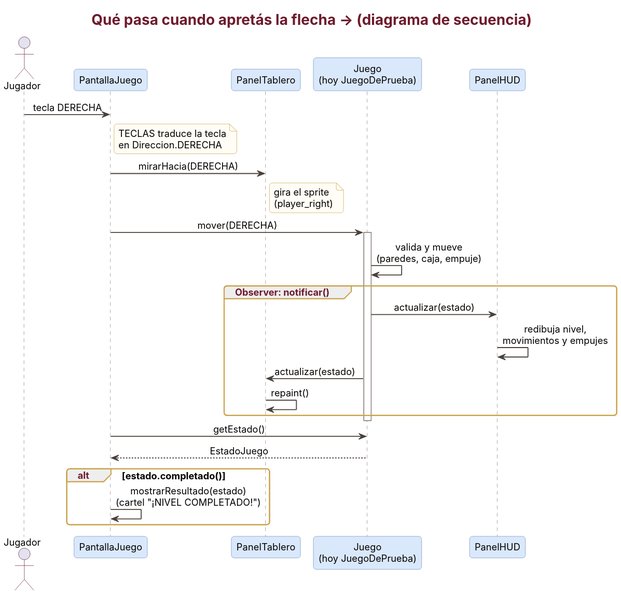
martincabrera8/sokoban keeps this PlantUML diagram as carpeta-temporal/docs/uml/7-secuencia-mover.svg. Above is the earlier version. Its diagram source:
```plantuml
@startuml
skinparam shadowing false
skinparam defaultFontName Inter
skinparam defaultFontSize 13
skinparam sequenceMessageAlign center
skinparam roundCorner 8
skinparam ArrowColor #4A403A
skinparam ArrowThickness 1.3
skinparam sequenceLifeLineBorderColor #8A7F76
skinparam sequenceParticipantBorderColor #6C8EBF
skinparam sequenceParticipantBackgroundColor #DAE8FC
skinparam sequenceActorBorderColor #6E1A2C
skinparam sequenceGroupBorderColor #C9A24A
skinparam sequenceGroupHeaderFontColor #6E1A2C
skinparam noteBackgroundColor #FFFDF5
skinparam noteBorderColor #C9A24A
skinparam titleFontColor #6E1A2C
skinparam titleFontSize 20

title Qué pasa cuando apretás la flecha → (diagrama de secuencia)

actor Jugador
participant "PantallaJuego" as PJ
participant "PanelTablero" as PT
participant "Juego\n(hoy JuegoDePrueba)" as J
participant "PanelHUD" as HUD

Jugador -> PJ : tecla DERECHA
note right of PJ : TECLAS traduce la tecla\nen Direccion.DERECHA
PJ -> PT : mirarHacia(DERECHA)
note right of PT : gira el sprite\n(player_right)
PJ -> J : mover(DERECHA)
activate J
J -> J : valida y mueve\n(paredes, caja, empuje)
group Observer: notificar()
  J -> HUD : actualizar(estado)
  HUD -> HUD : redibuja nivel,\nmovimientos y empujes
  J -> PT : actualizar(estado)
  PT -> PT : repaint()
end
deactivate J
PJ -> J : getEstado()
J --> PJ : EstadoJuego
alt estado.completado()
  PJ -> PJ : mostrarResultado(estado)\n(cartel "¡NIVEL COMPLETADO!")
end
@enduml
```
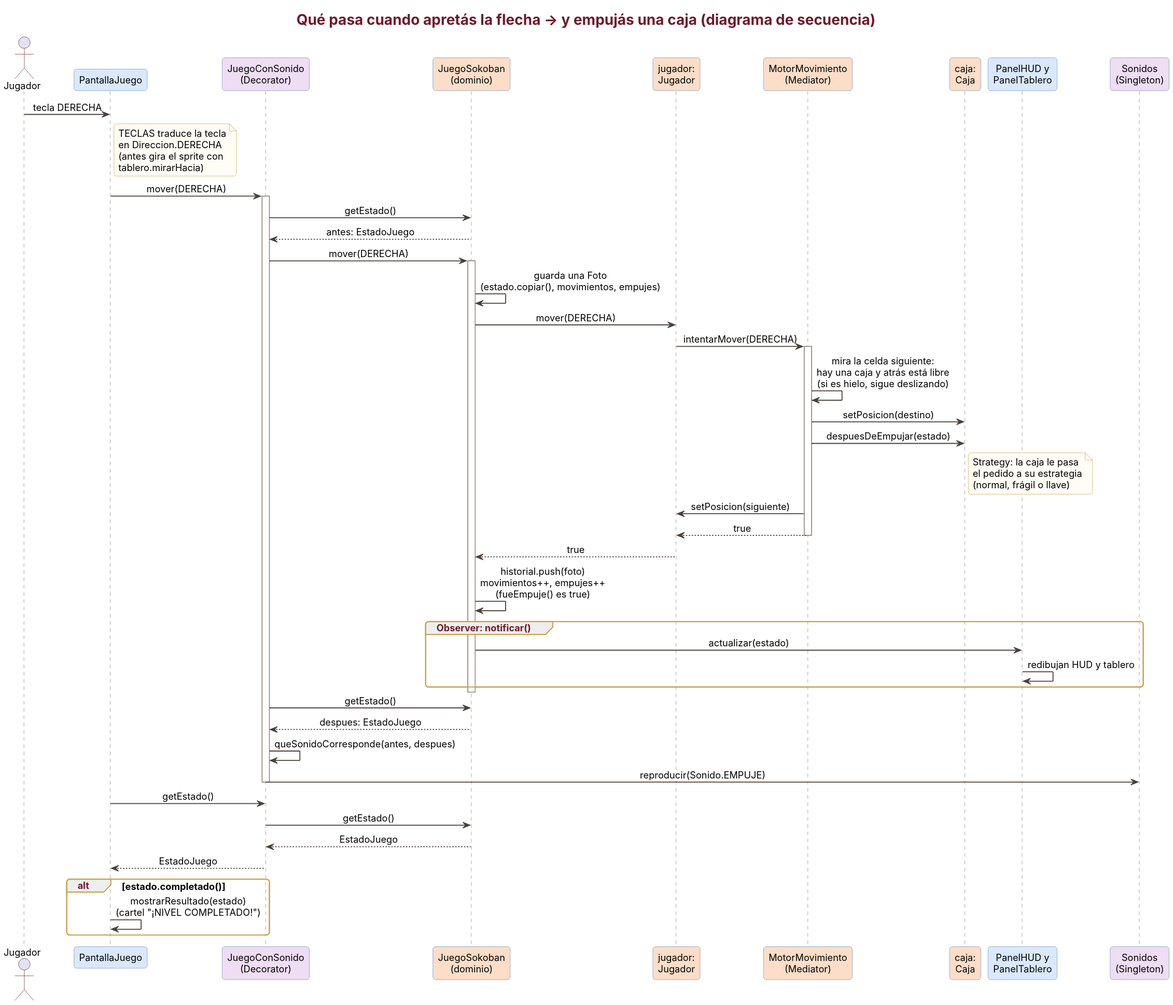
The same file after the commit.

Diff of the diagram source:
```diff
@@ -17,30 +17,53 @@
 skinparam titleFontColor #6E1A2C
 skinparam titleFontSize 20
 
-title Qué pasa cuando apretás la flecha → (diagrama de secuencia)
+title Qué pasa cuando apretás la flecha → y empujás una caja (diagrama de secuencia)
 
-actor Jugador
+actor Jugador as U
 participant "PantallaJuego" as PJ
-participant "PanelTablero" as PT
-participant "Juego\n(hoy JuegoDePrueba)" as J
-participant "PanelHUD" as HUD
+participant "JuegoConSonido\n(Decorator)" as JS #EEDDF3
+participant "JuegoSokoban\n(dominio)" as JK #FCDDC7
+participant "jugador:\nJugador" as JU #FCDDC7
+participant "MotorMovimiento\n(Mediator)" as MM #FCDDC7
+participant "caja:\nCaja" as CA #FCDDC7
+participant "PanelHUD y\nPanelTablero" as OBS
+participant "Sonidos\n(Singleton)" as SO #EEDDF3
 
-Jugador -> PJ : tecla DERECHA
-note right of PJ : TECLAS traduce la tecla\nen Direccion.DERECHA
-PJ -> PT : mirarHacia(DERECHA)
-note right of PT : gira el sprite\n(player_right)
-PJ -> J : mover(DERECHA)
-activate J
-J -> J : valida y mueve\n(paredes, caja, empuje)
+U -> PJ : tecla DERECHA
+note right of PJ : TECLAS traduce la tecla\nen Direccion.DERECHA\n(antes gira el sprite con\ntablero.mirarHacia)
+PJ -> JS : mover(DERECHA)
+activate JS
+JS -> JK : getEstado()
+JK --> JS : antes: EstadoJuego
+JS -> JK : mover(DERECHA)
+activate JK
+JK -> JK : guarda una Foto\n(estado.copiar(), movimientos, empujes)
+JK -> JU : mover(DERECHA)
+JU -> MM : intentarMover(DERECHA)
+activate MM
+MM -> MM : mira la celda siguiente:\nhay una caja y atrás está libre\n(si es hielo, sigue deslizando)
+MM -> CA : setPosicion(destino)
+MM -> CA : despuesDeEmpujar(estado)
+note right of CA : Strategy: la caja le pasa\nel pedido a su estrategia\n(normal, frágil o llave)
+MM -> JU : setPosicion(siguiente)
+MM --> JU : true
+deactivate MM
+JU --> JK : true
+JK -> JK : historial.push(foto)\nmovimientos++, empujes++\n(fueEmpuje() es true)
 group Observer: notificar()
-  J -> HUD : actualizar(estado)
-  HUD -> HUD : redibuja nivel,\nmovimientos y empujes
-  J -> PT : actualizar(estado)
-  PT -> PT : repaint()
+  JK -> OBS : actualizar(estado)
+  OBS -> OBS : redibujan HUD y tablero
 end
-deactivate J
-PJ -> J : getEstado()
-J --> PJ : EstadoJuego
+deactivate JK
+JS -> JK : getEstado()
+JK --> JS : despues: EstadoJuego
+JS -> JS : queSonidoCorresponde(antes, despues)
+JS -> SO : reproducir(Sonido.EMPUJE)
+deactivate JS
+PJ -> JS : getEstado()
+JS -> JK : getEstado()
+JK --> JS : EstadoJuego
+JS --> PJ : EstadoJuego
 alt estado.completado()
   PJ -> PJ : mostrarResultado(estado)\n(cartel "¡NIVEL COMPLETADO!")
 end
```
